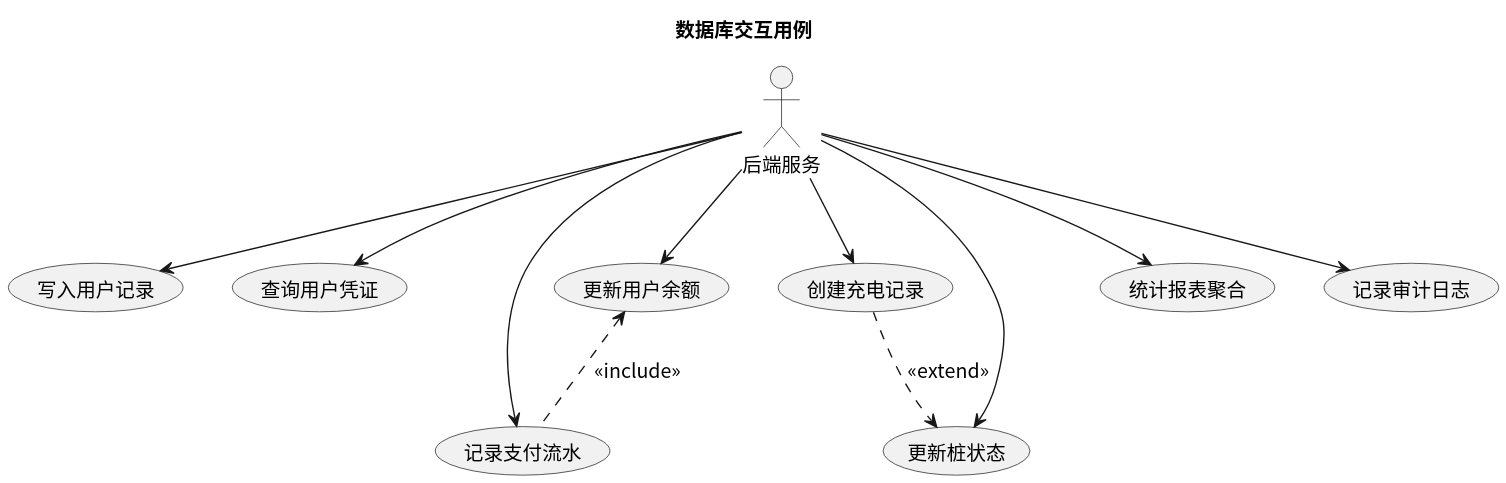
The PlantUML diagram usecase/docs/database/img/database_usecases.svg in greenhandzdl/charging-station-doc, before a commit.
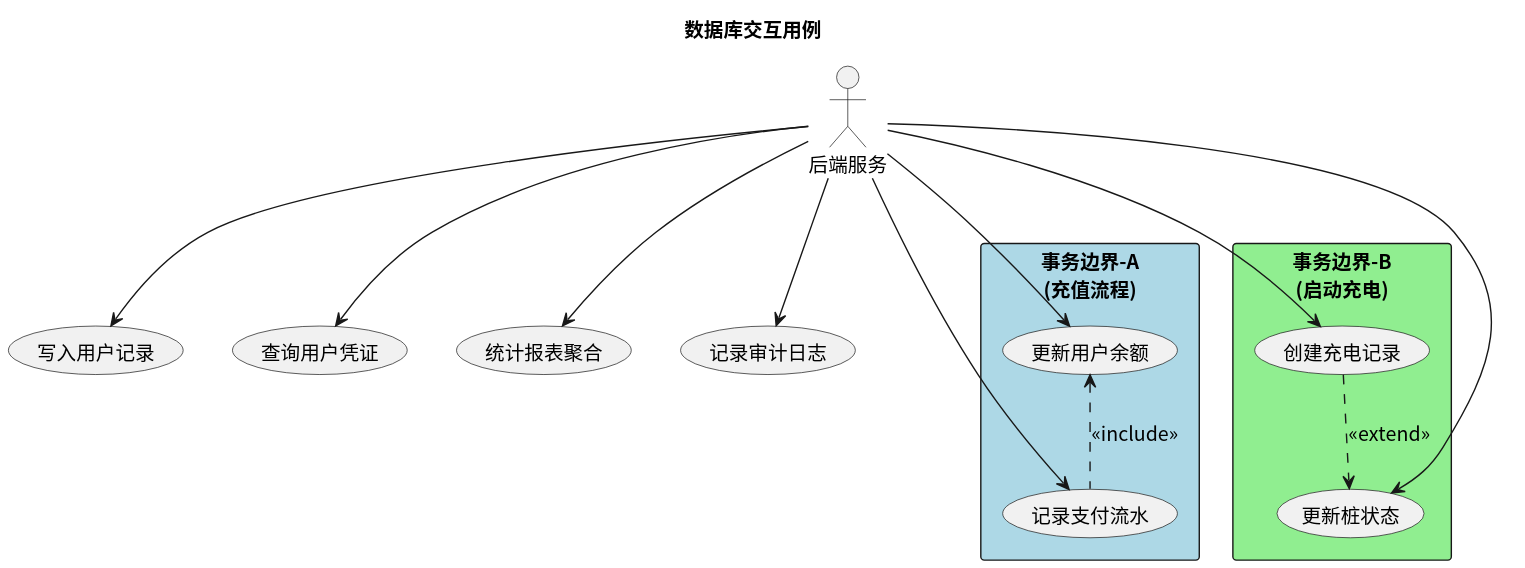
Above is the later version.

Change to the diagram source:
```diff
@@ -8,10 +8,17 @@
 
 usecase "写入用户记录" as UC1
 usecase "查询用户凭证" as UC2
-usecase "记录支付流水" as UC3
-usecase "更新用户余额" as UC4
-usecase "创建充电记录" as UC5
-usecase "更新桩状态" as UC6
+
+rectangle "事务边界-A\n(充值流程)" as TX1 #LightBlue {
+  usecase "记录支付流水" as UC3
+  usecase "更新用户余额" as UC4
+}
+
+rectangle "事务边界-B\n(启动充电)" as TX2 #LightGreen {
+  usecase "创建充电记录" as UC5
+  usecase "更新桩状态" as UC6
+}
+
 usecase "统计报表聚合" as UC7
 usecase "记录审计日志" as UC8
 
```
